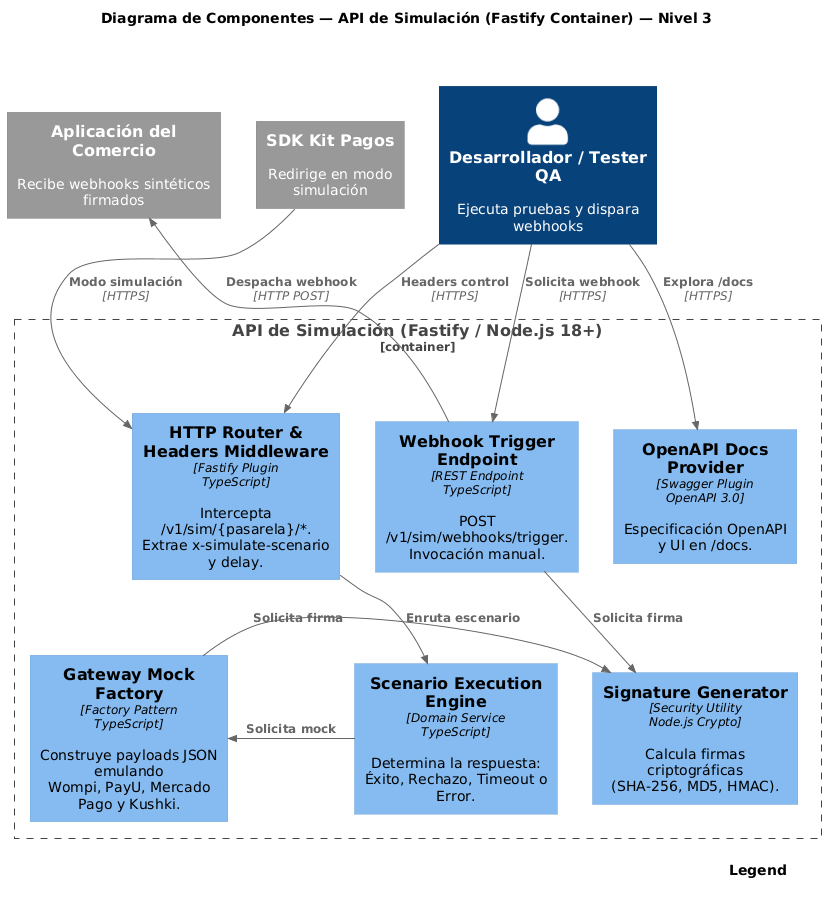
Before: docs/architecture/Simulador API/Component Diagram - C4.png, a diagram exported from PlantUML (PurosBrothers/Kit-Pagos-Colombia---Tesis). Source of this version:
```plantuml
@startuml
!include https://raw.githubusercontent.com/plantuml-stdlib/C4-PlantUML/master/C4_Component.puml

SHOW_LEGEND()

title Diagrama de Componentes — API de Simulación (Fastify Container) — Nivel 3

together {
    System_Ext(sdk, "SDK Kit Pagos", "Redirige en modo simulación")
    Person(dev_tester, "Desarrollador / Tester QA", "Ejecuta pruebas y dispara webhooks")
    System_Ext(app_comercio, "Aplicación del Comercio", "Recibe webhooks sintéticos firmados")
}

Container_Boundary(api_sim, "API de Simulación (Fastify / Node.js 18+)") {

    together {
        Component(router, "HTTP Router &\nHeaders Middleware", "Fastify Plugin\nTypeScript", "Intercepta /v1/sim/{pasarela}/*.\nExtrae x-simulate-scenario y delay.")
        Component(webhook_trigger, "Webhook Trigger\nEndpoint", "REST Endpoint\nTypeScript", "POST /v1/sim/webhooks/trigger.\nInvocación manual.")
        Component(openapi_docs, "OpenAPI Docs\nProvider", "Swagger Plugin\nOpenAPI 3.0", "Especificación OpenAPI\ny UI en /docs.")
    }

    together {
        Component(scenario_engine, "Scenario Execution\nEngine", "Domain Service\nTypeScript", "Determina la respuesta:\nÉxito, Rechazo, Timeout o Error.")
        Component(signature_gen, "Signature Generator", "Security Utility\nNode.js Crypto", "Calcula firmas criptográficas\n(SHA-256, MD5, HMAC).")
    }

    Component(mock_factory, "Gateway Mock Factory", "Factory Pattern\nTypeScript", "Construye payloads JSON emulando\nWompi, PayU, Mercado Pago y Kushki.")
}

sdk -[hidden]R- dev_tester
dev_tester -[hidden]R- app_comercio

router -[hidden]R- webhook_trigger
webhook_trigger -[hidden]R- openapi_docs

scenario_engine -[hidden]R- signature_gen


Rel_D(sdk, router, "Modo simulación", "HTTPS")
Rel_D(dev_tester, router, "Headers control", "HTTPS")
Rel_D(dev_tester, webhook_trigger, "Solicita webhook", "HTTPS")
Rel_D(dev_tester, openapi_docs, "Explora /docs", "HTTPS")

Rel_D(router, scenario_engine, "Enruta escenario")
Rel_D(scenario_engine, mock_factory, "Solicita mock")
Rel_R(mock_factory, signature_gen, "Solicita firma")

Rel_D(webhook_trigger, signature_gen, "Solicita firma")
Rel_U(webhook_trigger, app_comercio, "Despacha webhook", "HTTP POST")
@enduml
```
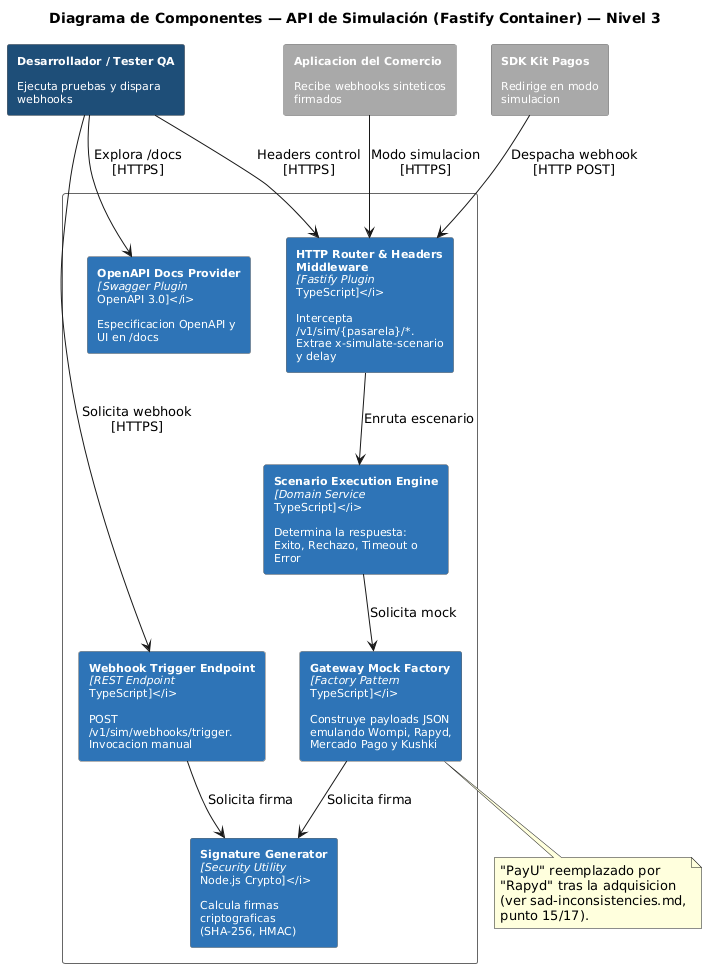
After the change.

Change to the diagram source:
```diff
@@ -1,50 +1,40 @@
 @startuml
-!include https://raw.githubusercontent.com/plantuml-stdlib/C4-PlantUML/master/C4_Component.puml
-
-SHOW_LEGEND()
-
 title Diagrama de Componentes — API de Simulación (Fastify Container) — Nivel 3
-
-together {
-    System_Ext(sdk, "SDK Kit Pagos", "Redirige en modo simulación")
-    Person(dev_tester, "Desarrollador / Tester QA", "Ejecuta pruebas y dispara webhooks")
-    System_Ext(app_comercio, "Aplicación del Comercio", "Recibe webhooks sintéticos firmados")
+skinparam backgroundColor white
+skinparam rectangleFontSize 11
+skinparam wrapWidth 190
+skinparam rectangle {
+  BorderColor #666666
+  ArrowColor #666666
+  FontColor white
 }
 
-Container_Boundary(api_sim, "API de Simulación (Fastify / Node.js 18+)") {
+rectangle "**Desarrollador / Tester QA**\n\nEjecuta pruebas y dispara\nwebhooks" as Dev #1F4E79
+rectangle "**Aplicacion del Comercio**\n\nRecibe webhooks sinteticos\nfirmados" as Comercio #A9A9A9
+rectangle "**SDK Kit Pagos**\n\nRedirige en modo\nsimulacion" as SDK #A9A9A9
 
-    together {
-        Component(router, "HTTP Router &\nHeaders Middleware", "Fastify Plugin\nTypeScript", "Intercepta /v1/sim/{pasarela}/*.\nExtrae x-simulate-scenario y delay.")
-        Component(webhook_trigger, "Webhook Trigger\nEndpoint", "REST Endpoint\nTypeScript", "POST /v1/sim/webhooks/trigger.\nInvocación manual.")
-        Component(openapi_docs, "OpenAPI Docs\nProvider", "Swagger Plugin\nOpenAPI 3.0", "Especificación OpenAPI\ny UI en /docs.")
-    }
-
-    together {
-        Component(scenario_engine, "Scenario Execution\nEngine", "Domain Service\nTypeScript", "Determina la respuesta:\nÉxito, Rechazo, Timeout o Error.")
-        Component(signature_gen, "Signature Generator", "Security Utility\nNode.js Crypto", "Calcula firmas criptográficas\n(SHA-256, MD5, HMAC).")
-    }
-
-    Component(mock_factory, "Gateway Mock Factory", "Factory Pattern\nTypeScript", "Construye payloads JSON emulando\nWompi, PayU, Mercado Pago y Kushki.")
+rectangle "API de Simulacion (Fastify / Node.js 18+)\n[container]" as System #FFFFFF {
+  rectangle "**HTTP Router & Headers Middleware**\n<i>[Fastify Plugin\nTypeScript]</i>\n\nIntercepta\n/v1/sim/{pasarela}/*.\nExtrae x-simulate-scenario\ny delay" as Router #2E75B6
+  rectangle "**Webhook Trigger Endpoint**\n<i>[REST Endpoint\nTypeScript]</i>\n\nPOST\n/v1/sim/webhooks/trigger.\nInvocacion manual" as WebhookEndpoint #2E75B6
+  rectangle "**OpenAPI Docs Provider**\n<i>[Swagger Plugin\nOpenAPI 3.0]</i>\n\nEspecificacion OpenAPI y\nUI en /docs" as OpenAPI #2E75B6
+  rectangle "**Gateway Mock Factory**\n<i>[Factory Pattern\nTypeScript]</i>\n\nConstruye payloads JSON\nemulando Wompi, Rapyd,\nMercado Pago y Kushki" as MockFactory #2E75B6
+  rectangle "**Scenario Execution Engine**\n<i>[Domain Service\nTypeScript]</i>\n\nDetermina la respuesta:\nExito, Rechazo, Timeout o\nError" as ScenarioEngine #2E75B6
+  rectangle "**Signature Generator**\n<i>[Security Utility\nNode.js Crypto]</i>\n\nCalcula firmas\ncriptograficas\n(SHA-256, HMAC)" as SignatureGen #2E75B6
 }
 
-sdk -[hidden]R- dev_tester
-dev_tester -[hidden]R- app_comercio
+Comercio --> Router : Modo simulacion\n[HTTPS]
+SDK --> Router : Despacha webhook\n[HTTP POST]
+Dev --> Router : Headers control\n[HTTPS]
+Dev --> WebhookEndpoint : Solicita webhook\n[HTTPS]
+Dev --> OpenAPI : Explora /docs\n[HTTPS]
 
-router -[hidden]R- webhook_trigger
-webhook_trigger -[hidden]R- openapi_docs
+Router --> ScenarioEngine : Enruta escenario
+ScenarioEngine --> MockFactory : Solicita mock
+MockFactory --> SignatureGen : Solicita firma
+WebhookEndpoint --> SignatureGen : Solicita firma
 
-scenario_engine -[hidden]R- signature_gen
-
-
-Rel_D(sdk, router, "Modo simulación", "HTTPS")
-Rel_D(dev_tester, router, "Headers control", "HTTPS")
-Rel_D(dev_tester, webhook_trigger, "Solicita webhook", "HTTPS")
-Rel_D(dev_tester, openapi_docs, "Explora /docs", "HTTPS")
-
-Rel_D(router, scenario_engine, "Enruta escenario")
-Rel_D(scenario_engine, mock_factory, "Solicita mock")
-Rel_R(mock_factory, signature_gen, "Solicita firma")
-
-Rel_D(webhook_trigger, signature_gen, "Solicita firma")
-Rel_U(webhook_trigger, app_comercio, "Despacha webhook", "HTTP POST")
+note bottom of MockFactory
+  "PayU" reemplazado por "Rapyd" tras la adquisicion
+  (ver sad-inconsistencies.md, punto 15/17).
+end note
 @enduml
```
